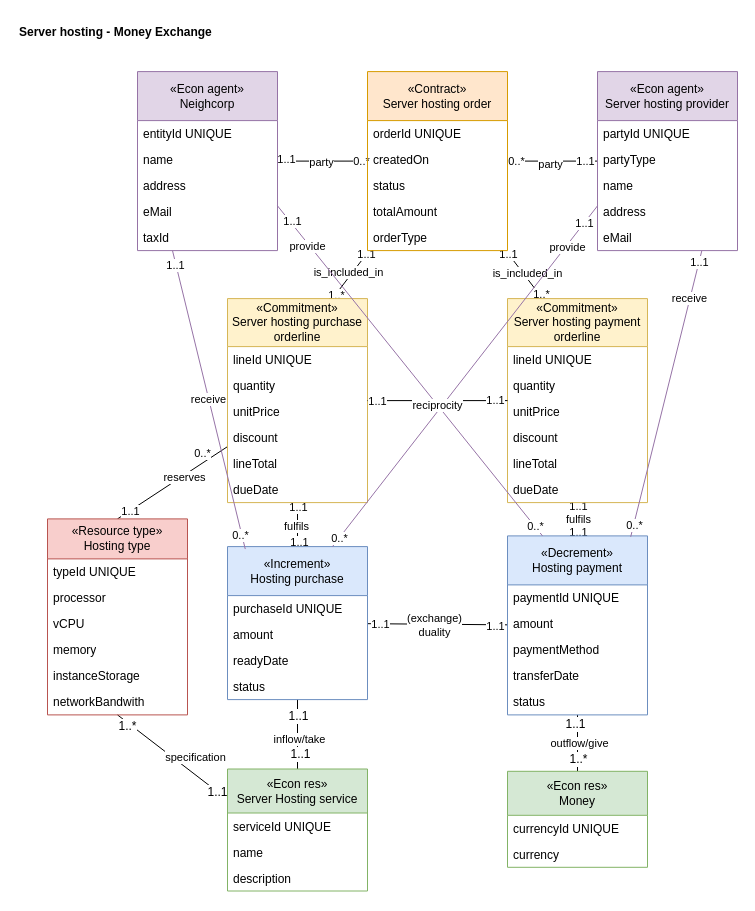
The draw.io diagram page "Server Hosting Exchange" (2 of 9) of media/IS1_Project_REA.drawio in tudwiglemmel/Neigh-Corp---Golden-Meadows, before the edit. Source tidied: cells renumbered, new cells numbered last; positions are measured from the earlier drawing's top-left corner, leaving out a move shared by most shapes. Both pictures are drawn from the tidied source at 100%, with x=0, y=0 at pixel (17, 17).
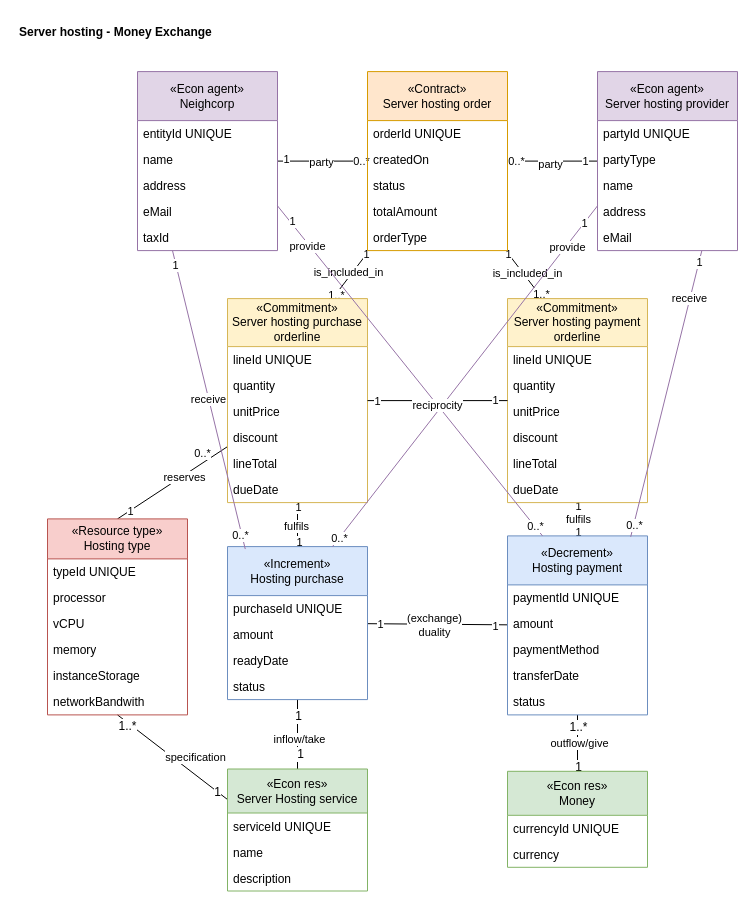
Above is the later version.

Unchanged cells that the change refers to:
```xml
<mxCell id="2" style="endArrow=none;html=1;rounded=0;exitX=0;exitY=0.5;exitDx=0;exitDy=0;" parent="1" edge="1" source="57" target="45">
  <mxGeometry relative="1" as="geometry" />
</mxCell>
<mxCell id="6" style="endArrow=none;html=1;rounded=0;exitX=1;exitY=0.5;exitDx=0;exitDy=0;" parent="1" edge="1" source="57" target="51">
  <mxGeometry relative="1" as="geometry" />
</mxCell>
<mxCell id="10" style="endArrow=none;html=1;rounded=0;exitX=0.75;exitY=0;exitDx=0;exitDy=0;" parent="1" edge="1" source="70" target="57">
  <mxGeometry relative="1" as="geometry" />
</mxCell>
<mxCell id="14" style="endArrow=none;html=1;rounded=0;entryX=0.25;entryY=0;entryDx=0;entryDy=0;" parent="1" edge="1" source="57" target="63">
  <mxGeometry relative="1" as="geometry" />
</mxCell>
<mxCell id="18" style="endArrow=none;html=1;rounded=0;" parent="1" edge="1" source="77" target="70">
  <mxGeometry relative="1" as="geometry" />
</mxCell>
<mxCell id="22" style="endArrow=none;html=1;rounded=0;" parent="1" edge="1" source="82" target="63">
  <mxGeometry relative="1" as="geometry" />
</mxCell>
<mxCell id="26" style="endArrow=none;html=1;rounded=0;" parent="1" edge="1" source="88" target="77">
  <mxGeometry relative="1" as="geometry" />
</mxCell>
<mxCell id="30" style="endArrow=none;html=1;rounded=0;" parent="1" edge="1" source="92" target="82">
  <mxGeometry relative="1" as="geometry" />
</mxCell>
<mxCell id="34" style="endArrow=none;html=1;rounded=0;" parent="1" edge="1" source="77" target="82">
  <mxGeometry relative="1" as="geometry" />
</mxCell>
<mxCell id="38" value="reserves" style="endArrow=none;html=1;rounded=0;exitX=0.5;exitY=0;exitDx=0;exitDy=0;" parent="1" edge="1" source="95" target="70">
  <mxGeometry x="0.18" y="-3" relative="1" as="geometry">
    <mxPoint y="-1" as="offset" />
  </mxGeometry>
</mxCell>
<mxCell id="41" style="endArrow=none;html=1;rounded=0;exitX=0;exitY=0.25;exitDx=0;exitDy=0;fontSize=12;entryX=0.5;entryY=1;entryDx=0;entryDy=0;" parent="1" edge="1" source="88" target="95">
  <mxGeometry relative="1" as="geometry" />
</mxCell>
<mxCell id="102" value="provide" style="endArrow=none;html=1;rounded=0;exitX=0.75;exitY=0;exitDx=0;exitDy=0;entryX=0;entryY=0.75;entryDx=0;entryDy=0;fillColor=#e1d5e7;strokeColor=#9673a6;" parent="1" edge="1" source="77" target="51">
  <mxGeometry x="0.76" y="-2" relative="1" as="geometry" />
</mxCell>
<mxCell id="105" value="receive" style="endArrow=none;html=1;rounded=0;exitX=0.127;exitY=0.016;exitDx=0;exitDy=0;exitPerimeter=0;entryX=0.25;entryY=1;entryDx=0;entryDy=0;fillColor=#e1d5e7;strokeColor=#9673a6;" parent="1" edge="1" source="77" target="45">
  <mxGeometry relative="1" as="geometry" />
</mxCell>
<mxCell id="108" value="provide" style="endArrow=none;html=1;rounded=0;entryX=0.25;entryY=0;entryDx=0;entryDy=0;exitX=1;exitY=0.75;exitDx=0;exitDy=0;fillColor=#e1d5e7;strokeColor=#9673a6;" parent="1" edge="1" source="45" target="82">
  <mxGeometry x="-0.76" y="-2" relative="1" as="geometry" />
</mxCell>
<mxCell id="111" value="receive" style="endArrow=none;html=1;rounded=0;entryX=0.88;entryY=0.005;entryDx=0;entryDy=0;entryPerimeter=0;fillColor=#e1d5e7;strokeColor=#9673a6;exitX=0.745;exitY=1.006;exitDx=0;exitDy=0;exitPerimeter=0;" parent="1" edge="1" source="56" target="82">
  <mxGeometry x="-0.67" y="-1" relative="1" as="geometry" />
</mxCell>
<mxCell id="114" style="endArrow=none;html=1;rounded=0;" parent="1" edge="1" source="70" target="63">
  <mxGeometry relative="1" as="geometry" />
</mxCell>
```

The edit, as a diff of the source:
```diff
@@
-    <mxCell id="5" value="1..1" style="edgeLabel;html=1;align=center;verticalAlign=middle;" parent="2" vertex="1">
+    <mxCell id="5" value="1" style="edgeLabel;html=1;align=center;verticalAlign=middle;" parent="2" vertex="1">
       <mxGeometry x="0.82" y="-1" relative="1" as="geometry">
         <mxPoint y="-1" as="offset" />
       </mxGeometry>
     </mxCell>
@@
-    <mxCell id="9" value="1..1" style="edgeLabel;html=1;align=center;verticalAlign=middle;" parent="6" vertex="1">
+    <mxCell id="9" value="1" style="edgeLabel;html=1;align=center;verticalAlign=middle;" parent="6" vertex="1">
       <mxGeometry x="0.72" relative="1" as="geometry" />
     </mxCell>
@@
-    <mxCell id="12" value="1..1" style="edgeLabel;html=1;align=center;verticalAlign=middle;" parent="10" vertex="1">
+    <mxCell id="12" value="1" style="edgeLabel;html=1;align=center;verticalAlign=middle;" parent="10" vertex="1">
       <mxGeometry x="0.86" relative="1" as="geometry" />
     </mxCell>
@@
-    <mxCell id="16" value="1..1" style="edgeLabel;html=1;align=center;verticalAlign=middle;" parent="14" vertex="1">
+    <mxCell id="16" value="1" style="edgeLabel;html=1;align=center;verticalAlign=middle;" parent="14" vertex="1">
       <mxGeometry x="-0.88" relative="1" as="geometry" />
     </mxCell>
@@
-    <mxCell id="20" value="1..1" style="edgeLabel;html=1;align=center;verticalAlign=middle;" parent="18" vertex="1">
+    <mxCell id="20" value="1" style="edgeLabel;html=1;align=center;verticalAlign=middle;" parent="18" vertex="1">
       <mxGeometry x="0.82" relative="1" as="geometry" />
     </mxCell>
-    <mxCell id="21" value="1..1" style="edgeLabel;html=1;align=center;verticalAlign=middle;" parent="18" vertex="1">
+    <mxCell id="21" value="1" style="edgeLabel;html=1;align=center;verticalAlign=middle;" parent="18" vertex="1">
       <mxGeometry x="-0.78" y="-1" relative="1" as="geometry" />
     </mxCell>
@@
-    <mxCell id="24" value="1..1" style="edgeLabel;html=1;align=center;verticalAlign=middle;" parent="22" vertex="1">
+    <mxCell id="24" value="1" style="edgeLabel;html=1;align=center;verticalAlign=middle;" parent="22" vertex="1">
       <mxGeometry x="0.8" relative="1" as="geometry" />
     </mxCell>
-    <mxCell id="25" value="1..1" style="edgeLabel;html=1;align=center;verticalAlign=middle;" parent="22" vertex="1">
+    <mxCell id="25" value="1" style="edgeLabel;html=1;align=center;verticalAlign=middle;" parent="22" vertex="1">
       <mxGeometry x="-0.77" relative="1" as="geometry" />
     </mxCell>
@@
-    <mxCell id="28" value="1..1" style="edgeLabel;html=1;align=center;verticalAlign=middle;fontFamily=Helvetica;fontSize=12;fontColor=default;" parent="26" vertex="1">
+    <mxCell id="28" value="1" style="edgeLabel;html=1;align=center;verticalAlign=middle;fontFamily=Helvetica;fontSize=12;fontColor=default;" parent="26" vertex="1">
       <mxGeometry x="0.52" relative="1" as="geometry" />
     </mxCell>
-    <mxCell id="29" value="1..1" style="edgeLabel;html=1;align=center;verticalAlign=middle;fontFamily=Helvetica;fontSize=12;fontColor=default;" parent="26" vertex="1">
+    <mxCell id="29" value="1" style="edgeLabel;html=1;align=center;verticalAlign=middle;fontFamily=Helvetica;fontSize=12;fontColor=default;" parent="26" vertex="1">
       <mxGeometry x="-0.58" y="-2" relative="1" as="geometry" />
     </mxCell>
@@
-    <mxCell id="32" value="1..1" style="edgeLabel;html=1;align=center;verticalAlign=middle;fontFamily=Helvetica;fontSize=12;fontColor=default;" parent="30" vertex="1">
-      <mxGeometry x="0.66" y="3" relative="1" as="geometry" />
+    <mxCell id="32" value="1" style="edgeLabel;html=1;align=center;verticalAlign=middle;fontFamily=Helvetica;fontSize=12;fontColor=default;" parent="30" vertex="1">
+      <mxGeometry x="0.66" y="3" relative="1" as="geometry">
+        <mxPoint x="3" y="43" as="offset" />
+      </mxGeometry>
     </mxCell>
     <mxCell id="33" value="1..*" style="edgeLabel;html=1;align=center;verticalAlign=middle;fontFamily=Helvetica;fontSize=12;fontColor=default;" parent="30" vertex="1">
-      <mxGeometry x="-0.58" relative="1" as="geometry" />
+      <mxGeometry x="-0.58" relative="1" as="geometry">
+        <mxPoint y="-32" as="offset" />
+      </mxGeometry>
     </mxCell>
@@
-    <mxCell id="36" value="1..1" style="edgeLabel;html=1;align=center;verticalAlign=middle;" parent="34" vertex="1">
+    <mxCell id="36" value="1" style="edgeLabel;html=1;align=center;verticalAlign=middle;" parent="34" vertex="1">
       <mxGeometry x="-0.82" relative="1" as="geometry" />
     </mxCell>
-    <mxCell id="37" value="1..1" style="edgeLabel;html=1;align=center;verticalAlign=middle;" parent="34" vertex="1">
+    <mxCell id="37" value="1" style="edgeLabel;html=1;align=center;verticalAlign=middle;" parent="34" vertex="1">
       <mxGeometry x="0.83" y="-1" relative="1" as="geometry" />
     </mxCell>
@@
-    <mxCell id="39" value="1..1" style="edgeLabel;html=1;align=center;verticalAlign=middle;" parent="38" vertex="1">
+    <mxCell id="39" value="1" style="edgeLabel;html=1;align=center;verticalAlign=middle;" parent="38" vertex="1">
       <mxGeometry x="-0.77" relative="1" as="geometry" />
     </mxCell>
@@
-    <mxCell id="44" value="1..1" style="edgeLabel;html=1;align=center;verticalAlign=middle;fontFamily=Helvetica;fontSize=12;fontColor=default;" parent="41" vertex="1">
+    <mxCell id="44" value="1" style="edgeLabel;html=1;align=center;verticalAlign=middle;fontFamily=Helvetica;fontSize=12;fontColor=default;" parent="41" vertex="1">
       <mxGeometry x="-0.81" y="1" relative="1" as="geometry" />
     </mxCell>
@@
-    <mxCell id="104" value="1..1" style="edgeLabel;html=1;align=center;verticalAlign=middle;" parent="102" vertex="1">
+    <mxCell id="104" value="1" style="edgeLabel;html=1;align=center;verticalAlign=middle;" parent="102" vertex="1">
       <mxGeometry x="0.9" relative="1" as="geometry" />
     </mxCell>
@@
-    <mxCell id="106" value="1..1" style="edgeLabel;html=1;align=center;verticalAlign=middle;" parent="105" vertex="1">
+    <mxCell id="106" value="1" style="edgeLabel;html=1;align=center;verticalAlign=middle;" parent="105" vertex="1">
       <mxGeometry x="0.91" y="1" relative="1" as="geometry" />
     </mxCell>
@@
-    <mxCell id="110" value="1..1" style="edgeLabel;html=1;align=center;verticalAlign=middle;" parent="108" vertex="1">
+    <mxCell id="110" value="1" style="edgeLabel;html=1;align=center;verticalAlign=middle;" parent="108" vertex="1">
       <mxGeometry x="-0.9" y="2" relative="1" as="geometry" />
     </mxCell>
@@
-    <mxCell id="113" value="1..1" style="edgeLabel;html=1;align=center;verticalAlign=middle;" parent="111" vertex="1">
+    <mxCell id="113" value="1" style="edgeLabel;html=1;align=center;verticalAlign=middle;" parent="111" vertex="1">
       <mxGeometry x="-0.92" relative="1" as="geometry" />
     </mxCell>
@@
-    <mxCell id="116" value="1..1" style="edgeLabel;html=1;align=center;verticalAlign=middle;" parent="114" vertex="1">
+    <mxCell id="116" value="1" style="edgeLabel;html=1;align=center;verticalAlign=middle;" parent="114" vertex="1">
       <mxGeometry x="-0.87" relative="1" as="geometry" />
     </mxCell>
-    <mxCell id="117" value="1..1" style="edgeLabel;html=1;align=center;verticalAlign=middle;" parent="114" vertex="1">
+    <mxCell id="117" value="1" style="edgeLabel;html=1;align=center;verticalAlign=middle;" parent="114" vertex="1">
       <mxGeometry x="0.82" y="1" relative="1" as="geometry" />
     </mxCell>
```
